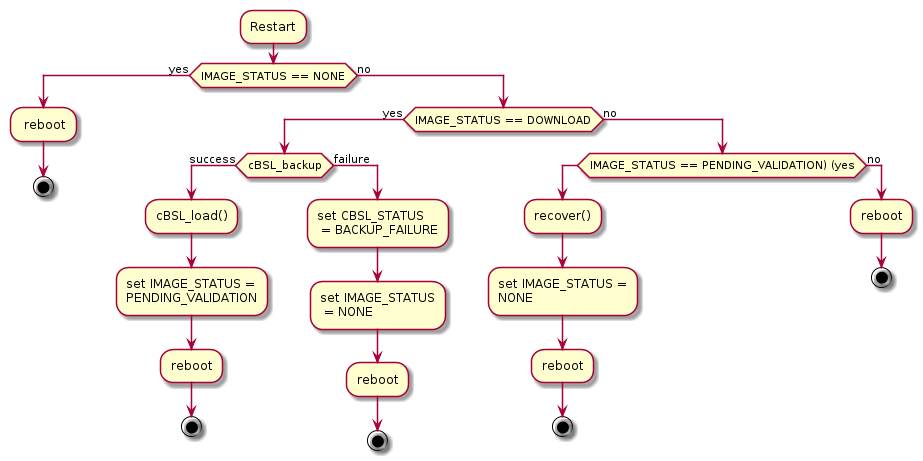
sittim/msp430-OTP keeps this PlantUML diagram as otp/uml/cBSL.png. Above is the earlier version.
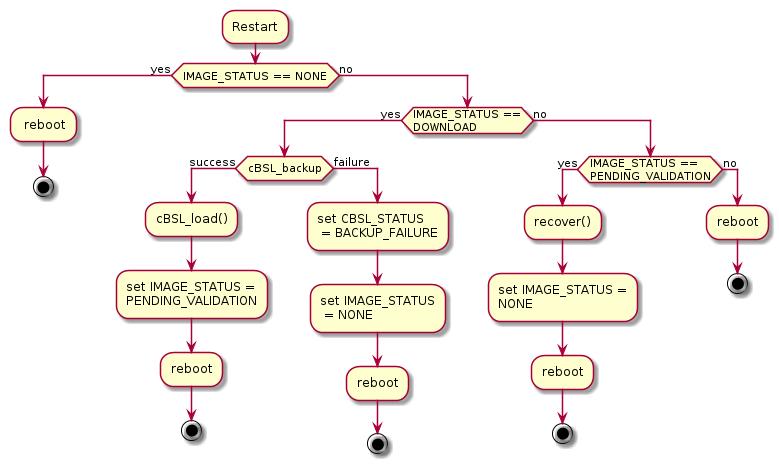
The same diagram one commit later.

Diff of the diagram source:
```diff
@@ -5,7 +5,7 @@
     : reboot;
     stop
 else (no)
-    if (IMAGE_STATUS == DOWNLOAD) then (yes)
+    if (IMAGE_STATUS ==\nDOWNLOAD) then (yes)
         if (cBSL_backup) then (success)
             :cBSL_load();
             :set IMAGE_STATUS =\nPENDING_VALIDATION;
@@ -18,7 +18,7 @@
             stop
         endif
     else (no)
-        if (IMAGE_STATUS == PENDING_VALIDATION) (yes)
+        if (IMAGE_STATUS ==\nPENDING_VALIDATION) then (yes)
             :recover();
             :set IMAGE_STATUS =\nNONE;
             :reboot;
```
